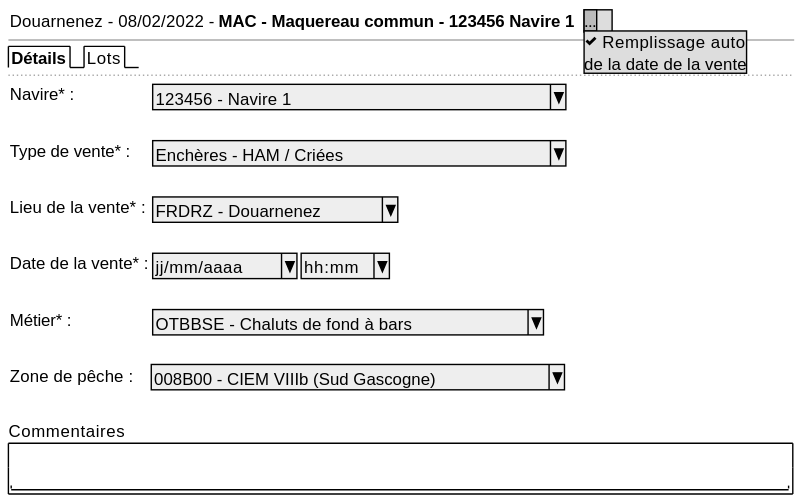
sumaris-net/sumaris-doc keeps this PlantUML diagram as projects/obsvente/spe/images/sale-details.svg. Above is the earlier version. Its source is kept beside it as projects/obsvente/spe/images/sale-details.puml.
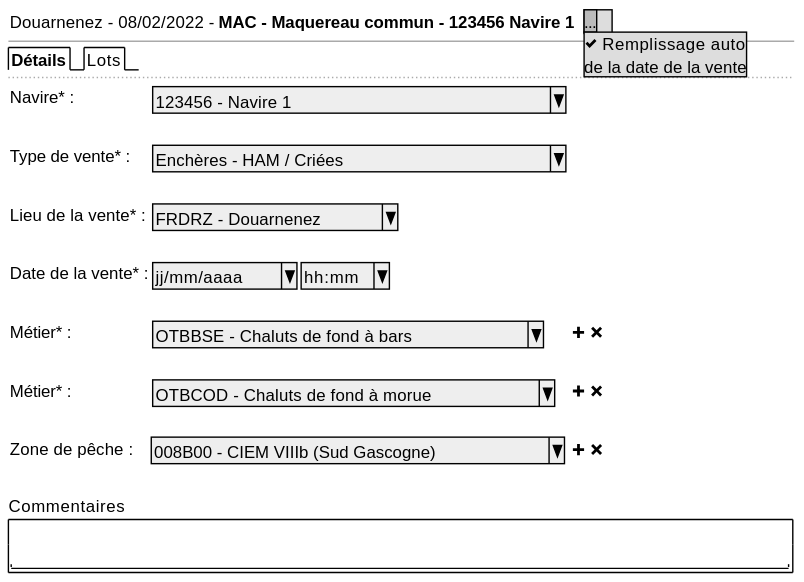
The same file after the commit.

What changed in the source:
```diff
@@ -16,9 +16,11 @@
       .
       Date de la vente* :   |  { ^ jj/mm/aaaa^  |  ^ hh:mm^ }
       .
-      Métier* : | { ^ OTBBSE - Chaluts de fond à bars ^ }
+      Métier* : | { ^ OTBBSE - Chaluts de fond à bars ^ } | <&plus> <&x>
       .
-      Zone de pêche :            | ^ 008B00 - CIEM VIIIb (Sud Gascogne)^
+      Métier* : | { ^ OTBCOD - Chaluts de fond à morue ^ } | <&plus> <&x>
+      .
+      Zone de pêche :            | ^ 008B00 - CIEM VIIIb (Sud Gascogne)^ | <&plus> <&x>
       .
   }
 
```
